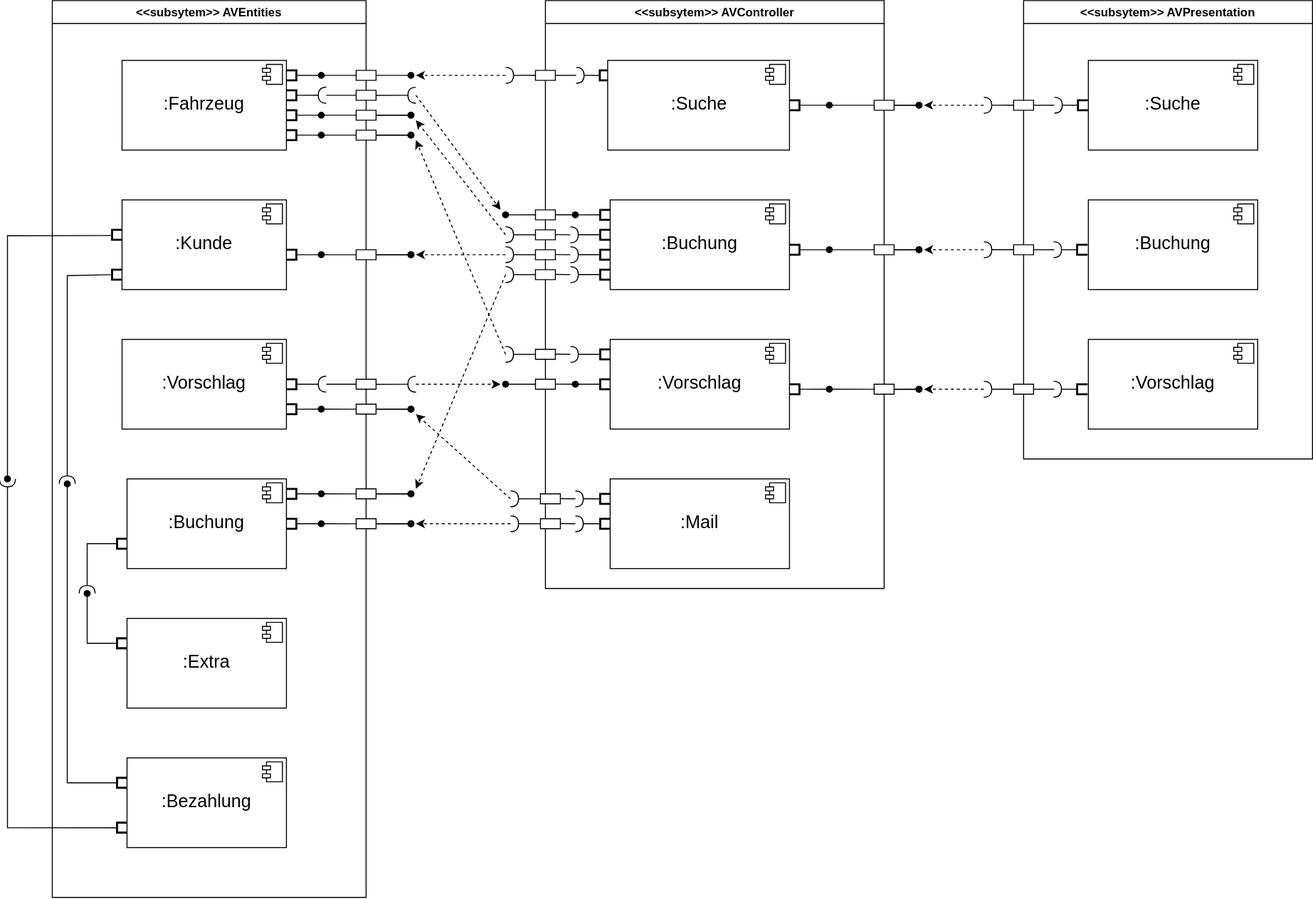
Before: sw-eng-09.drawio.svg, a diagram exported from draw.io (MassimiIiano/software-eng-projects-uni). Source tidied: cells renumbered, new cells last; positions are measured from the earlier drawing's top-left corner, leaving out a move shared by most shapes.
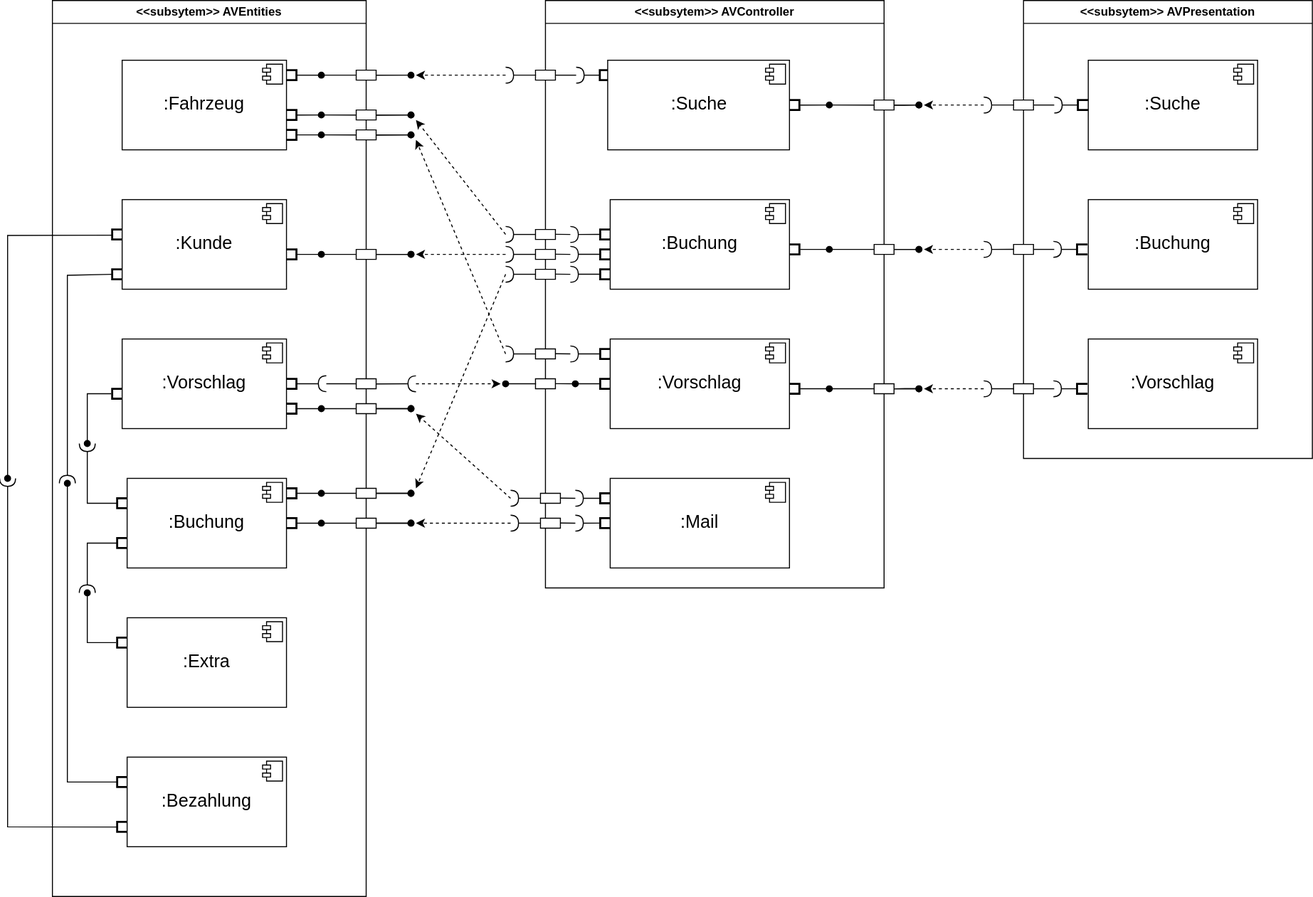
After the change.

Change to the diagram source:
```diff
@@ -37,28 +37,6 @@
         <mxPoint x="-24" y="4" as="offset" />
       </mxGeometry>
     </mxCell>
-    <mxCell id="11" style="strokeWidth=2;html=1;shape=mxgraph.flowchart.annotation_1;align=left;rotation=0;" parent="2" vertex="1">
-      <mxGeometry x="55" y="210" width="10" height="10" as="geometry" />
-    </mxCell>
-    <mxCell id="12" style="verticalLabelPosition=bottom;verticalAlign=top;html=1;shape=mxgraph.basic.rect;fillColor2=none;strokeWidth=1;size=20;indent=5;" parent="2" vertex="1">
-      <mxGeometry x="-10" y="210" width="20" height="10" as="geometry" />
-    </mxCell>
-    <mxCell id="13" style="endArrow=none;html=1;rounded=0;startArrow=oval;startFill=1;" parent="2" edge="1">
-      <mxGeometry relative="1" as="geometry">
-        <mxPoint x="30" y="215" as="sourcePoint" />
-        <mxPoint x="10" y="214.9" as="targetPoint" />
-      </mxGeometry>
-    </mxCell>
-    <mxCell id="14" style="endArrow=none;html=1;rounded=0;startArrow=none;startFill=0;entryX=-0.044;entryY=0.494;entryDx=0;entryDy=0;entryPerimeter=0;" parent="2" edge="1" target="11">
-      <mxGeometry relative="1" as="geometry">
-        <mxPoint x="30" y="215" as="sourcePoint" />
-      </mxGeometry>
-    </mxCell>
-    <mxCell id="15" style="endArrow=none;html=1;rounded=0;startArrow=oval;startFill=1;entryX=0.026;entryY=0.496;entryDx=0;entryDy=0;entryPerimeter=0;" parent="2" edge="1" target="12">
-      <mxGeometry relative="1" as="geometry">
-        <mxPoint x="-40" y="215" as="sourcePoint" />
-      </mxGeometry>
-    </mxCell>
     <mxCell id="16" style="strokeWidth=2;html=1;shape=mxgraph.flowchart.annotation_1;align=left;rotation=-360;" parent="2" vertex="1">
       <mxGeometry x="54.6" y="70" width="7.9" height="10" as="geometry" />
     </mxCell>
@@ -541,12 +519,30 @@
     <mxCell id="125" style="verticalLabelPosition=bottom;verticalAlign=top;html=1;shape=mxgraph.basic.rect;fillColor2=none;strokeWidth=1;size=20;indent=5;direction=east;rotation=-180;" parent="72" vertex="1">
       <mxGeometry x="305" y="490" width="20" height="10" as="geometry" />
     </mxCell>
-    <mxCell id="126" style="endArrow=classic;html=1;rounded=0;dashed=1;" parent="1" edge="1">
-      <mxGeometry relative="1" as="geometry">
-        <mxPoint x="410" y="95" as="sourcePoint" />
-        <mxPoint x="495" y="210" as="targetPoint" />
-      </mxGeometry>
-    </mxCell>
+    <mxCell id="184" style="strokeWidth=2;html=1;shape=mxgraph.flowchart.annotation_1;align=left;rotation=0;" parent="72" vertex="1">
+      <mxGeometry x="65" y="500" width="10" height="10" as="geometry" />
+    </mxCell>
+    <mxCell id="185" style="endArrow=halfCircle;html=1;rounded=0;endFill=0;" parent="72" edge="1">
+      <mxGeometry relative="1" as="geometry">
+        <mxPoint x="65" y="505" as="sourcePoint" />
+        <mxPoint x="35" y="445" as="targetPoint" />
+        <Array as="points">
+          <mxPoint x="35" y="505" />
+        </Array>
+      </mxGeometry>
+    </mxCell>
+    <mxCell id="186" style="endArrow=none;html=1;rounded=0;startArrow=oval;startFill=1;entryX=-0.119;entryY=0.499;entryDx=0;entryDy=0;entryPerimeter=0;" parent="72" edge="1">
+      <mxGeometry relative="1" as="geometry">
+        <mxPoint x="35" y="445" as="sourcePoint" />
+        <mxPoint x="59" y="395" as="targetPoint" />
+        <Array as="points">
+          <mxPoint x="35" y="395" />
+        </Array>
+      </mxGeometry>
+    </mxCell>
+    <mxCell id="187" style="strokeWidth=2;html=1;shape=mxgraph.flowchart.annotation_1;align=left;rotation=0;" parent="72" vertex="1">
+      <mxGeometry x="60" y="390" width="10" height="10" as="geometry" />
+    </mxCell>
     <mxCell id="127" style="endArrow=classic;html=1;rounded=0;dashed=1;" parent="1" edge="1">
       <mxGeometry relative="1" as="geometry">
         <mxPoint x="500" y="235" as="sourcePoint" />
@@ -630,27 +626,6 @@
         <mxPoint x="495" y="385" as="targetPoint" />
       </mxGeometry>
     </mxCell>
-    <mxCell id="145" style="strokeWidth=2;html=1;shape=mxgraph.flowchart.annotation_1;align=left;rotation=-180;" parent="1" vertex="1">
-      <mxGeometry x="280" y="90" width="10" height="10" as="geometry" />
-    </mxCell>
-    <mxCell id="146" style="endArrow=none;html=1;rounded=0;startArrow=none;startFill=0;entryX=-0.007;entryY=0.498;entryDx=0;entryDy=0;entryPerimeter=0;" parent="1" edge="1" target="149">
-      <mxGeometry relative="1" as="geometry">
-        <mxPoint x="320" y="95" as="sourcePoint" />
-      </mxGeometry>
-    </mxCell>
-    <mxCell id="147" style="endArrow=halfCircle;html=1;rounded=0;exitX=0;exitY=0.5;exitDx=0;exitDy=0;exitPerimeter=0;endFill=0;" parent="1" edge="1" source="145">
-      <mxGeometry relative="1" as="geometry">
-        <mxPoint x="320" y="94.9" as="targetPoint" />
-      </mxGeometry>
-    </mxCell>
-    <mxCell id="148" style="endArrow=halfCircle;html=1;rounded=0;exitX=0.982;exitY=0.514;exitDx=0;exitDy=0;exitPerimeter=0;endFill=0;" parent="1" edge="1" source="149">
-      <mxGeometry relative="1" as="geometry">
-        <mxPoint x="410" y="95" as="targetPoint" />
-      </mxGeometry>
-    </mxCell>
-    <mxCell id="149" style="verticalLabelPosition=bottom;verticalAlign=top;html=1;shape=mxgraph.basic.rect;fillColor2=none;strokeWidth=1;size=20;indent=5;" parent="1" vertex="1">
-      <mxGeometry x="350" y="90" width="20" height="10" as="geometry" />
-    </mxCell>
     <mxCell id="150" style="strokeWidth=2;html=1;shape=mxgraph.flowchart.annotation_1;align=left;rotation=-180;direction=east;" parent="1" vertex="1">
       <mxGeometry x="280" y="405" width="10" height="10" as="geometry" />
     </mxCell>
```
